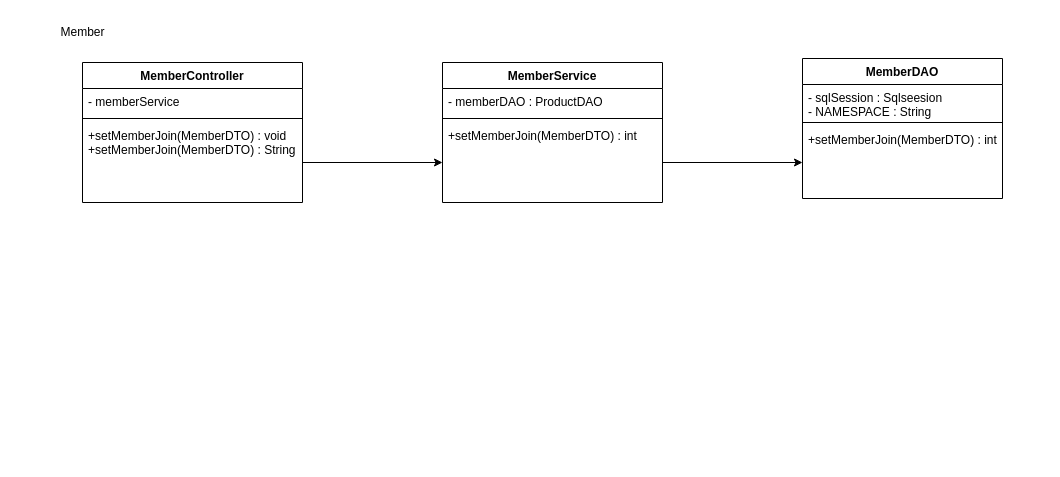
The draw.io diagram page "페이지-3" (3 of 3) of 제목 없는 다이어그램.drawio in YoungDHi/GDJ60_Spring, before the edit. Source tidied: cells renumbered, new cells numbered last; positions are measured from the earlier drawing's top-left corner, leaving out a move shared by most shapes. Both pictures are drawn from the tidied source at 100%, with x=0, y=0 at pixel (47, 17).
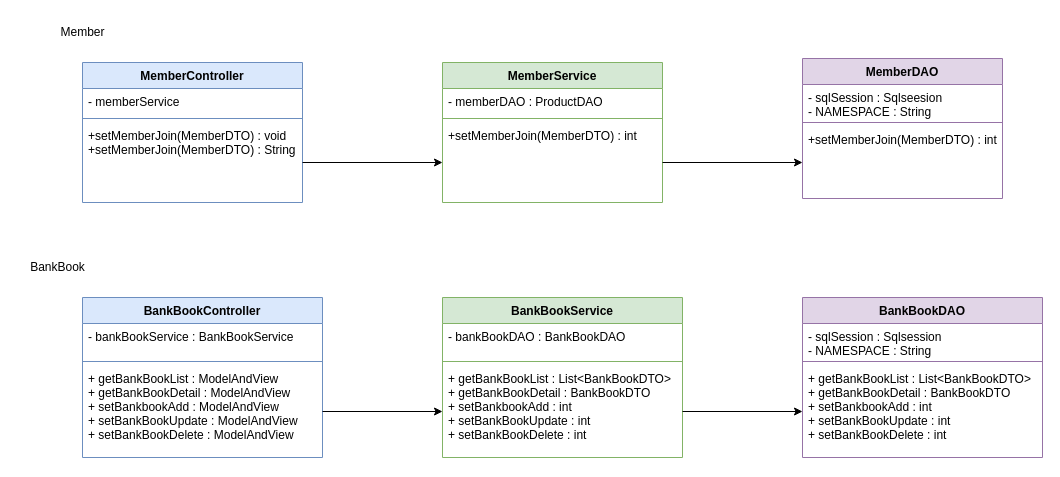
The same diagram, later.

Diff of the diagram source:
```diff
@@
-    <mxCell id="3" value="MemberDAO" style="swimlane;fontStyle=1;align=center;verticalAlign=top;horizontal=1;startSize=26;" parent="1" vertex="1">
+    <mxCell id="3" value="MemberDAO" style="swimlane;fontStyle=1;align=center;verticalAlign=top;horizontal=1;startSize=26;fillColor=#e1d5e7;strokeColor=#9673a6;" parent="1" vertex="1">
       <mxGeometry x="755" y="41" width="200" height="140" as="geometry" />
     </mxCell>
@@
-    <mxCell id="7" value="MemberService" style="swimlane;fontStyle=1;align=center;verticalAlign=top;horizontal=1;startSize=26;" parent="1" vertex="1">
+    <mxCell id="7" value="MemberService" style="swimlane;fontStyle=1;align=center;verticalAlign=top;horizontal=1;startSize=26;fillColor=#d5e8d4;strokeColor=#82b366;" parent="1" vertex="1">
       <mxGeometry x="395" y="45" width="220" height="140" as="geometry" />
     </mxCell>
@@
-    <mxCell id="11" value="MemberController" style="swimlane;fontStyle=1;align=center;verticalAlign=top;horizontal=1;startSize=26;" parent="1" vertex="1">
+    <mxCell id="11" value="MemberController" style="swimlane;fontStyle=1;align=center;verticalAlign=top;horizontal=1;startSize=26;fillColor=#dae8fc;strokeColor=#6c8ebf;" parent="1" vertex="1">
       <mxGeometry x="35" y="45" width="220" height="140" as="geometry" />
     </mxCell>
@@
+    <mxCell id="17" value="BankBook" style="text;html=1;align=center;verticalAlign=middle;strokeColor=none;fillColor=none;" parent="1" vertex="1">
+      <mxGeometry x="-30" y="235" width="80" height="30" as="geometry" />
+    </mxCell>
+    <mxCell id="18" value="BankBookDAO" style="swimlane;fontStyle=1;align=center;verticalAlign=top;horizontal=1;startSize=26;fillColor=#e1d5e7;strokeColor=#9673a6;" parent="1" vertex="1">
+      <mxGeometry x="755" y="280" width="240" height="160" as="geometry" />
+    </mxCell>
+    <mxCell id="19" value="- sqlSession : Sqlsession&#10;- NAMESPACE : String" style="text;strokeColor=none;fillColor=none;align=left;verticalAlign=top;spacingLeft=4;spacingRight=4;overflow=hidden;" parent="18" vertex="1">
+      <mxGeometry y="26" width="240" height="34" as="geometry" />
+    </mxCell>
+    <mxCell id="20" style="line;strokeWidth=1;fillColor=none;align=left;verticalAlign=middle;spacingTop=-1;spacingLeft=3;spacingRight=3;labelPosition=right;strokeColor=inherit;" parent="18" vertex="1">
+      <mxGeometry y="60" width="240" height="8" as="geometry" />
+    </mxCell>
+    <mxCell id="21" value="+ getBankBookList : List&lt;BankBookDTO&gt;&#10;+ getBankBookDetail : BankBookDTO&#10;+ setBankbookAdd : int&#10;+ setBankBookUpdate : int&#10;+ setBankBookDelete : int" style="text;strokeColor=none;fillColor=none;align=left;verticalAlign=top;spacingLeft=4;spacingRight=4;overflow=hidden;points=[[0,0.5],[1,0.5]];portConstraint=eastwest;" parent="18" vertex="1">
+      <mxGeometry y="68" width="240" height="92" as="geometry" />
+    </mxCell>
+    <mxCell id="22" value="BankBookService" style="swimlane;fontStyle=1;align=center;verticalAlign=top;horizontal=1;startSize=26;fillColor=#d5e8d4;strokeColor=#82b366;" parent="1" vertex="1">
+      <mxGeometry x="395" y="280" width="240" height="160" as="geometry" />
+    </mxCell>
+    <mxCell id="23" value="- bankBookDAO : BankBookDAO" style="text;strokeColor=none;fillColor=none;align=left;verticalAlign=top;spacingLeft=4;spacingRight=4;overflow=hidden;" parent="22" vertex="1">
+      <mxGeometry y="26" width="240" height="34" as="geometry" />
+    </mxCell>
+    <mxCell id="24" style="line;strokeWidth=1;fillColor=none;align=left;verticalAlign=middle;spacingTop=-1;spacingLeft=3;spacingRight=3;labelPosition=right;strokeColor=inherit;" parent="22" vertex="1">
+      <mxGeometry y="60" width="240" height="8" as="geometry" />
+    </mxCell>
+    <mxCell id="25" value="+ getBankBookList : List&lt;BankBookDTO&gt;&#10;+ getBankBookDetail : BankBookDTO&#10;+ setBankbookAdd : int&#10;+ setBankBookUpdate : int&#10;+ setBankBookDelete : int" style="text;strokeColor=none;fillColor=none;align=left;verticalAlign=top;spacingLeft=4;spacingRight=4;overflow=hidden;points=[[0,0.5],[1,0.5]];portConstraint=eastwest;" parent="22" vertex="1">
+      <mxGeometry y="68" width="240" height="92" as="geometry" />
+    </mxCell>
+    <mxCell id="26" style="edgeStyle=orthogonalEdgeStyle;rounded=0;jettySize=auto;html=1;" parent="1" edge="1" source="25" target="21">
+      <mxGeometry relative="1" as="geometry" />
+    </mxCell>
+    <mxCell id="27" value="BankBookController" style="swimlane;fontStyle=1;align=center;verticalAlign=top;horizontal=1;startSize=26;fillColor=#dae8fc;strokeColor=#6c8ebf;" parent="1" vertex="1">
+      <mxGeometry x="35" y="280" width="240" height="160" as="geometry" />
+    </mxCell>
+    <mxCell id="28" value="- bankBookService : BankBookService" style="text;strokeColor=none;fillColor=none;align=left;verticalAlign=top;spacingLeft=4;spacingRight=4;overflow=hidden;" parent="27" vertex="1">
+      <mxGeometry y="26" width="240" height="34" as="geometry" />
+    </mxCell>
+    <mxCell id="29" style="line;strokeWidth=1;fillColor=none;align=left;verticalAlign=middle;spacingTop=-1;spacingLeft=3;spacingRight=3;labelPosition=right;strokeColor=inherit;" parent="27" vertex="1">
+      <mxGeometry y="60" width="240" height="8" as="geometry" />
+    </mxCell>
+    <mxCell id="30" value="+ getBankBookList : ModelAndView&#10;+ getBankBookDetail : ModelAndView&#10;+ setBankbookAdd : ModelAndView&#10;+ setBankBookUpdate : ModelAndView&#10;+ setBankBookDelete : ModelAndView" style="text;strokeColor=none;fillColor=none;align=left;verticalAlign=top;spacingLeft=4;spacingRight=4;overflow=hidden;points=[[0,0.5],[1,0.5]];portConstraint=eastwest;" parent="27" vertex="1">
+      <mxGeometry y="68" width="240" height="92" as="geometry" />
+    </mxCell>
+    <mxCell id="31" style="edgeStyle=orthogonalEdgeStyle;rounded=0;jettySize=auto;html=1;entryX=0;entryY=0.5;entryDx=0;entryDy=0;" parent="1" edge="1" source="30" target="25">
+      <mxGeometry relative="1" as="geometry" />
+    </mxCell>
```
